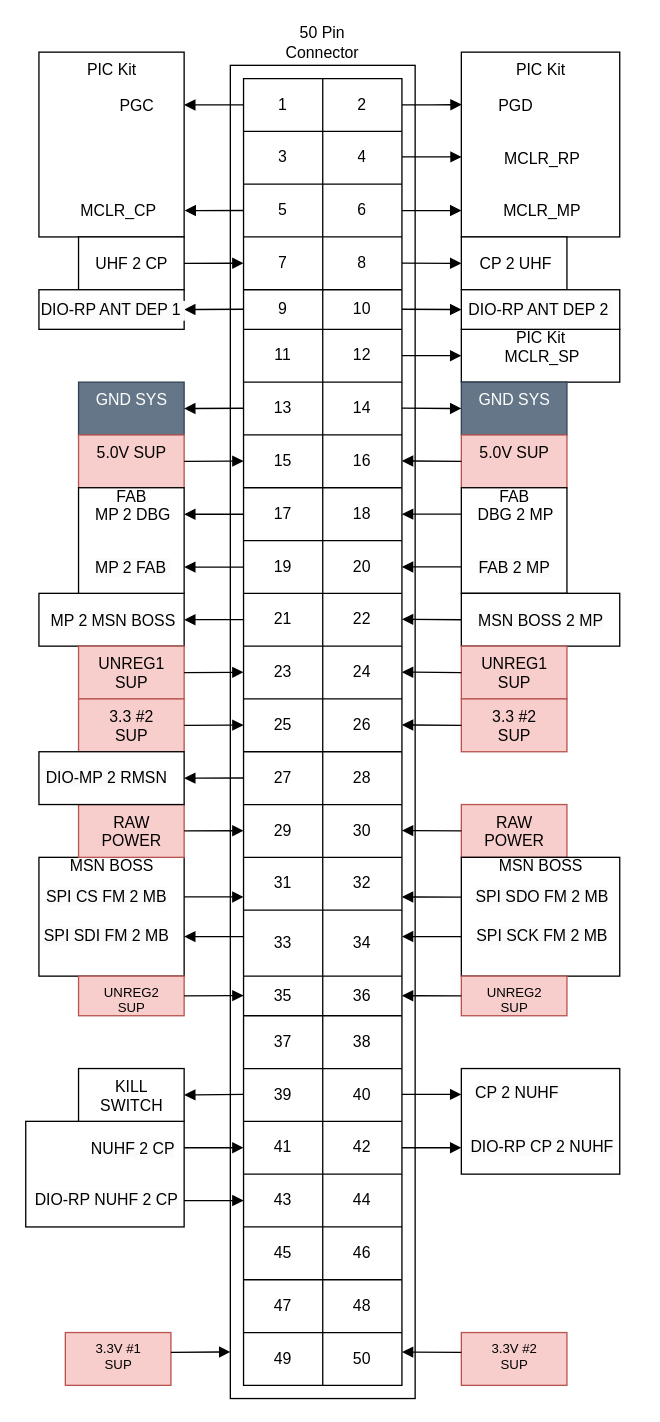
Before: page "2-ROW-50-PIN-ASSIGNMENT" (1 of 2) of Diagrams/50_pin_assignment.drawio in BIRDSOpenSource/BIRDSRP-OBC, a draw.io diagram. Source tidied: cells renumbered, new cells numbered last; positions are measured from the earlier drawing's top-left corner, leaving out a move shared by most shapes. Both pictures are drawn from the tidied source at 132%, with x=0, y=0 at pixel (25, 51).
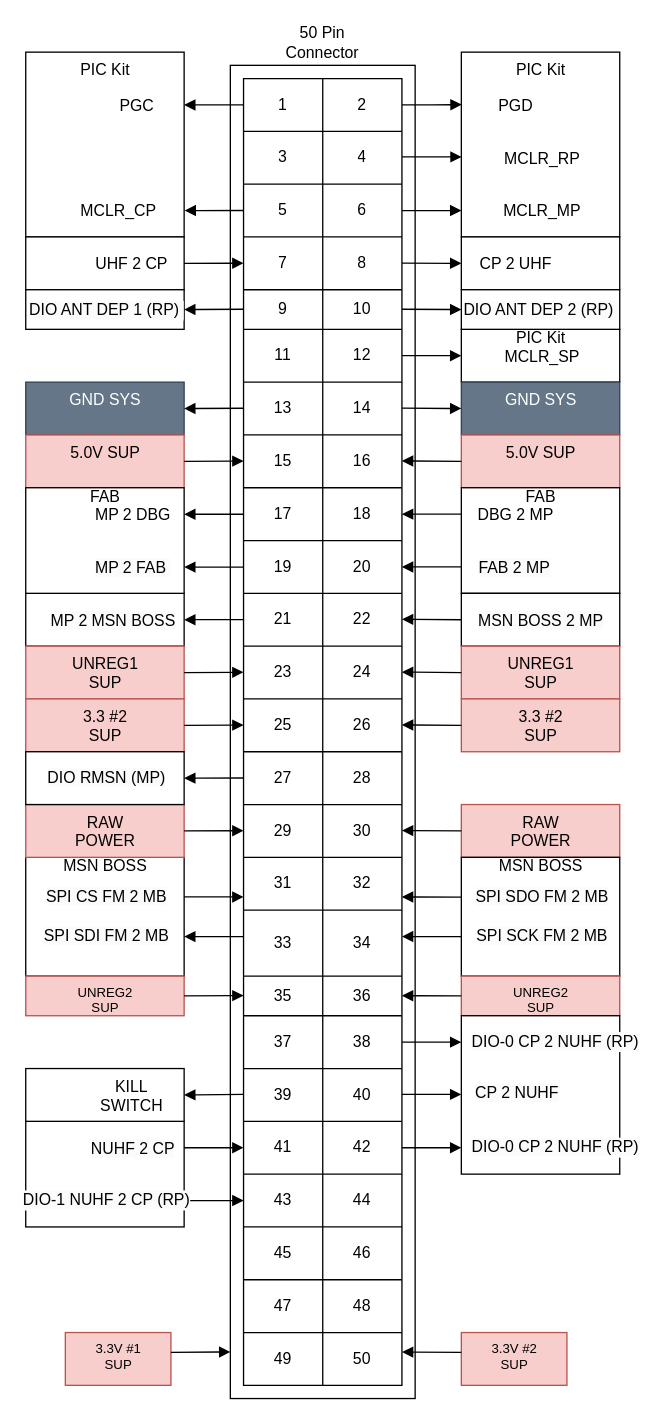
The same page after the edit.

The change refers to these unchanged cells:
```xml
<mxCell id="139" style="html=1;verticalAlign=bottom;endArrow=block;edgeStyle=elbowEdgeStyle;elbow=vertical;curved=0;rounded=0;exitX=-0.003;exitY=0.101;exitDx=0;exitDy=0;exitPerimeter=0;entryX=1.003;entryY=0.856;entryDx=0;entryDy=0;entryPerimeter=0;" parent="1" edge="1">
  <mxGeometry relative="1" as="geometry">
    <mxPoint x="165" y="194.8" as="sourcePoint" />
    <mxPoint x="120" y="194.8" as="targetPoint" />
  </mxGeometry>
</mxCell>
<mxCell id="141" style="html=1;verticalAlign=bottom;endArrow=block;edgeStyle=elbowEdgeStyle;elbow=vertical;curved=0;rounded=0;exitX=0;exitY=0.5;exitDx=0;exitDy=0;" parent="1" edge="1">
  <mxGeometry relative="1" as="geometry">
    <mxPoint x="285" y="194.8" as="sourcePoint" />
    <mxPoint x="330" y="194.8" as="targetPoint" />
  </mxGeometry>
</mxCell>
<mxCell id="159" style="html=1;verticalAlign=bottom;endArrow=block;edgeStyle=elbowEdgeStyle;elbow=vertical;curved=0;rounded=0;exitX=-0.003;exitY=0.101;exitDx=0;exitDy=0;exitPerimeter=0;entryX=1.003;entryY=0.856;entryDx=0;entryDy=0;entryPerimeter=0;startArrow=none;startFill=0;endFill=1;" parent="1" edge="1">
  <mxGeometry relative="1" as="geometry">
    <mxPoint x="165" y="549.9" as="sourcePoint" />
    <mxPoint x="120" y="549.9" as="targetPoint" />
  </mxGeometry>
</mxCell>
<mxCell id="174" style="html=1;verticalAlign=bottom;endArrow=block;edgeStyle=elbowEdgeStyle;elbow=horizontal;curved=0;rounded=0;exitX=0;exitY=0.5;exitDx=0;exitDy=0;" parent="1" edge="1">
  <mxGeometry relative="1" as="geometry">
    <mxPoint x="285" y="830" as="sourcePoint" />
    <mxPoint x="330" y="830" as="targetPoint" />
  </mxGeometry>
</mxCell>
<mxCell id="177" style="html=1;verticalAlign=bottom;endArrow=block;edgeStyle=elbowEdgeStyle;elbow=horizontal;curved=0;rounded=0;exitX=0;exitY=0.5;exitDx=0;exitDy=0;" parent="1" edge="1">
  <mxGeometry relative="1" as="geometry">
    <mxPoint x="120" y="870" as="sourcePoint" />
    <mxPoint x="165" y="870" as="targetPoint" />
  </mxGeometry>
</mxCell>
```

Change to the diagram source:
```diff
@@
     <mxCell id="2" value="PIC Kit" style="html=1;points=[];perimeter=orthogonalPerimeter;outlineConnect=0;targetShapes=umlLifeline;portConstraint=eastwest;newEdgeStyle={&quot;edgeStyle&quot;:&quot;elbowEdgeStyle&quot;,&quot;elbow&quot;:&quot;vertical&quot;,&quot;curved&quot;:0,&quot;rounded&quot;:0};verticalAlign=top;" parent="1" vertex="1">
-      <mxGeometry x="10" width="110" height="140" as="geometry" />
+      <mxGeometry width="120" height="140" as="geometry" />
     </mxCell>
@@
     <mxCell id="87" style="html=1;perimeter=orthogonalPerimeter;targetShapes=umlLifeline;newEdgeStyle={&quot;edgeStyle&quot;:&quot;elbowEdgeStyle&quot;,&quot;elbow&quot;:&quot;vertical&quot;,&quot;curved&quot;:0,&quot;rounded&quot;:0};verticalAlign=top;" parent="1" vertex="1">
-      <mxGeometry x="40" y="140" width="80" height="40" as="geometry" />
+      <mxGeometry y="140" width="120" height="40" as="geometry" />
     </mxCell>
@@
     <mxCell id="91" style="html=1;perimeter=orthogonalPerimeter;targetShapes=umlLifeline;newEdgeStyle={&quot;edgeStyle&quot;:&quot;elbowEdgeStyle&quot;,&quot;elbow&quot;:&quot;vertical&quot;,&quot;curved&quot;:0,&quot;rounded&quot;:0};verticalAlign=top;" parent="1" vertex="1">
-      <mxGeometry x="330" y="140" width="80" height="40" as="geometry" />
+      <mxGeometry x="330" y="140" width="120" height="40" as="geometry" />
     </mxCell>
@@
     <mxCell id="93" value="MSN BOSS" style="html=1;perimeter=orthogonalPerimeter;targetShapes=umlLifeline;newEdgeStyle={&quot;edgeStyle&quot;:&quot;elbowEdgeStyle&quot;,&quot;elbow&quot;:&quot;vertical&quot;,&quot;curved&quot;:0,&quot;rounded&quot;:0};verticalAlign=top;spacing=-5;" parent="1" vertex="1">
-      <mxGeometry x="10" y="610" width="110" height="90" as="geometry" />
+      <mxGeometry y="610" width="120" height="90" as="geometry" />
     </mxCell>
     <mxCell id="94" style="html=1;perimeter=orthogonalPerimeter;targetShapes=umlLifeline;newEdgeStyle={&quot;edgeStyle&quot;:&quot;elbowEdgeStyle&quot;,&quot;elbow&quot;:&quot;vertical&quot;,&quot;curved&quot;:0,&quot;rounded&quot;:0};verticalAlign=top;" parent="1" vertex="1">
-      <mxGeometry x="10" y="410" width="110" height="40" as="geometry" />
+      <mxGeometry y="410" width="120" height="40" as="geometry" />
     </mxCell>
@@
     <mxCell id="97" value="GND SYS" style="html=1;perimeter=orthogonalPerimeter;targetShapes=umlLifeline;newEdgeStyle={&quot;edgeStyle&quot;:&quot;elbowEdgeStyle&quot;,&quot;elbow&quot;:&quot;vertical&quot;,&quot;curved&quot;:0,&quot;rounded&quot;:0};labelPosition=center;verticalLabelPosition=middle;align=center;verticalAlign=top;fillColor=#647687;strokeColor=#314354;fontColor=#ffffff;" parent="1" vertex="1">
-      <mxGeometry x="330" y="250" width="80" height="40" as="geometry" />
+      <mxGeometry x="330" y="250" width="120" height="40" as="geometry" />
     </mxCell>
     <mxCell id="98" value="GND SYS" style="html=1;perimeter=orthogonalPerimeter;targetShapes=umlLifeline;newEdgeStyle={&quot;edgeStyle&quot;:&quot;elbowEdgeStyle&quot;,&quot;elbow&quot;:&quot;vertical&quot;,&quot;curved&quot;:0,&quot;rounded&quot;:0};labelPosition=center;verticalLabelPosition=middle;align=center;verticalAlign=top;fillColor=#647687;strokeColor=#314354;fontColor=#ffffff;" parent="1" vertex="1">
-      <mxGeometry x="40" y="250" width="80" height="40" as="geometry" />
+      <mxGeometry y="250" width="120" height="40" as="geometry" />
     </mxCell>
@@
     <mxCell id="105" style="html=1;perimeter=orthogonalPerimeter;targetShapes=umlLifeline;newEdgeStyle={&quot;edgeStyle&quot;:&quot;elbowEdgeStyle&quot;,&quot;elbow&quot;:&quot;vertical&quot;,&quot;curved&quot;:0,&quot;rounded&quot;:0};verticalAlign=top;" parent="1" vertex="1">
-      <mxGeometry x="10" y="180" width="110" height="30" as="geometry" />
+      <mxGeometry y="180" width="120" height="30" as="geometry" />
     </mxCell>
@@
     <mxCell id="107" value="5.0V SUP" style="html=1;perimeter=orthogonalPerimeter;targetShapes=umlLifeline;newEdgeStyle={&quot;edgeStyle&quot;:&quot;elbowEdgeStyle&quot;,&quot;elbow&quot;:&quot;vertical&quot;,&quot;curved&quot;:0,&quot;rounded&quot;:0};labelPosition=center;verticalLabelPosition=middle;align=center;verticalAlign=top;fillColor=#f8cecc;strokeColor=#b85450;" parent="1" vertex="1">
-      <mxGeometry x="40" y="290" width="80" height="40" as="geometry" />
+      <mxGeometry y="290" width="120" height="40" as="geometry" />
     </mxCell>
     <mxCell id="108" value="5.0V SUP" style="html=1;perimeter=orthogonalPerimeter;targetShapes=umlLifeline;newEdgeStyle={&quot;edgeStyle&quot;:&quot;elbowEdgeStyle&quot;,&quot;elbow&quot;:&quot;vertical&quot;,&quot;curved&quot;:0,&quot;rounded&quot;:0};labelPosition=center;verticalLabelPosition=middle;align=center;verticalAlign=top;fillColor=#f8cecc;strokeColor=#b85450;" parent="1" vertex="1">
-      <mxGeometry x="330" y="290" width="80" height="40" as="geometry" />
+      <mxGeometry x="330" y="290" width="120" height="40" as="geometry" />
     </mxCell>
     <mxCell id="109" value="FAB" style="html=1;perimeter=orthogonalPerimeter;targetShapes=umlLifeline;newEdgeStyle={&quot;edgeStyle&quot;:&quot;elbowEdgeStyle&quot;,&quot;elbow&quot;:&quot;vertical&quot;,&quot;curved&quot;:0,&quot;rounded&quot;:0};verticalAlign=top;spacing=-5;" parent="1" vertex="1">
-      <mxGeometry x="330" y="330" width="80" height="80" as="geometry" />
+      <mxGeometry x="330" y="330" width="120" height="80" as="geometry" />
     </mxCell>
     <mxCell id="110" value="FAB" style="html=1;perimeter=orthogonalPerimeter;targetShapes=umlLifeline;newEdgeStyle={&quot;edgeStyle&quot;:&quot;elbowEdgeStyle&quot;,&quot;elbow&quot;:&quot;vertical&quot;,&quot;curved&quot;:0,&quot;rounded&quot;:0};verticalAlign=top;spacing=-5;" parent="1" vertex="1">
-      <mxGeometry x="40" y="330" width="80" height="80" as="geometry" />
+      <mxGeometry y="330" width="120" height="80" as="geometry" />
     </mxCell>
     <mxCell id="111" value="UNREG1&lt;div&gt;SUP&lt;/div&gt;" style="html=1;perimeter=orthogonalPerimeter;targetShapes=umlLifeline;newEdgeStyle={&quot;edgeStyle&quot;:&quot;elbowEdgeStyle&quot;,&quot;elbow&quot;:&quot;vertical&quot;,&quot;curved&quot;:0,&quot;rounded&quot;:0};labelPosition=center;verticalLabelPosition=middle;align=center;verticalAlign=top;fillColor=#f8cecc;strokeColor=#b85450;" parent="1" vertex="1">
-      <mxGeometry x="40" y="450" width="80" height="40" as="geometry" />
+      <mxGeometry y="450" width="120" height="40" as="geometry" />
     </mxCell>
@@
     <mxCell id="113" value="UNREG1&lt;div&gt;SUP&lt;/div&gt;" style="html=1;perimeter=orthogonalPerimeter;targetShapes=umlLifeline;newEdgeStyle={&quot;edgeStyle&quot;:&quot;elbowEdgeStyle&quot;,&quot;elbow&quot;:&quot;vertical&quot;,&quot;curved&quot;:0,&quot;rounded&quot;:0};labelPosition=center;verticalLabelPosition=middle;align=center;verticalAlign=top;fillColor=#f8cecc;strokeColor=#b85450;" parent="1" vertex="1">
-      <mxGeometry x="330" y="450" width="80" height="40" as="geometry" />
+      <mxGeometry x="330" y="450" width="120" height="40" as="geometry" />
     </mxCell>
     <mxCell id="114" value="3.3 #2&lt;div&gt;SUP&lt;/div&gt;" style="html=1;perimeter=orthogonalPerimeter;targetShapes=umlLifeline;newEdgeStyle={&quot;edgeStyle&quot;:&quot;elbowEdgeStyle&quot;,&quot;elbow&quot;:&quot;vertical&quot;,&quot;curved&quot;:0,&quot;rounded&quot;:0};labelPosition=center;verticalLabelPosition=middle;align=center;verticalAlign=top;fillColor=#f8cecc;strokeColor=#b85450;" parent="1" vertex="1">
-      <mxGeometry x="40" y="490" width="80" height="40" as="geometry" />
+      <mxGeometry y="490" width="120" height="40" as="geometry" />
     </mxCell>
     <mxCell id="115" value="3.3 #2&lt;div&gt;SUP&lt;/div&gt;" style="html=1;perimeter=orthogonalPerimeter;targetShapes=umlLifeline;newEdgeStyle={&quot;edgeStyle&quot;:&quot;elbowEdgeStyle&quot;,&quot;elbow&quot;:&quot;vertical&quot;,&quot;curved&quot;:0,&quot;rounded&quot;:0};labelPosition=center;verticalLabelPosition=middle;align=center;verticalAlign=top;fillColor=#f8cecc;strokeColor=#b85450;" parent="1" vertex="1">
-      <mxGeometry x="330" y="490" width="80" height="40" as="geometry" />
+      <mxGeometry x="330" y="490" width="120" height="40" as="geometry" />
     </mxCell>
     <mxCell id="116" value="RAW&lt;div&gt;POWER&lt;/div&gt;" style="html=1;perimeter=orthogonalPerimeter;targetShapes=umlLifeline;newEdgeStyle={&quot;edgeStyle&quot;:&quot;elbowEdgeStyle&quot;,&quot;elbow&quot;:&quot;vertical&quot;,&quot;curved&quot;:0,&quot;rounded&quot;:0};labelPosition=center;verticalLabelPosition=middle;align=center;verticalAlign=top;fillColor=#f8cecc;strokeColor=#b85450;" parent="1" vertex="1">
-      <mxGeometry x="40" y="570" width="80" height="40" as="geometry" />
+      <mxGeometry y="570" width="120" height="40" as="geometry" />
     </mxCell>
     <mxCell id="117" value="RAW&lt;div&gt;POWER&lt;/div&gt;" style="html=1;perimeter=orthogonalPerimeter;targetShapes=umlLifeline;newEdgeStyle={&quot;edgeStyle&quot;:&quot;elbowEdgeStyle&quot;,&quot;elbow&quot;:&quot;vertical&quot;,&quot;curved&quot;:0,&quot;rounded&quot;:0};labelPosition=center;verticalLabelPosition=middle;align=center;verticalAlign=top;fillColor=#f8cecc;strokeColor=#b85450;" parent="1" vertex="1">
-      <mxGeometry x="330" y="570" width="80" height="40" as="geometry" />
+      <mxGeometry x="330" y="570" width="120" height="40" as="geometry" />
     </mxCell>
@@
     <mxCell id="119" value="UNREG2&lt;div style=&quot;font-size: 10px;&quot;&gt;SUP&lt;/div&gt;" style="html=1;perimeter=orthogonalPerimeter;targetShapes=umlLifeline;newEdgeStyle={&quot;edgeStyle&quot;:&quot;elbowEdgeStyle&quot;,&quot;elbow&quot;:&quot;vertical&quot;,&quot;curved&quot;:0,&quot;rounded&quot;:0};labelPosition=center;verticalLabelPosition=middle;align=center;verticalAlign=top;fillColor=#f8cecc;strokeColor=#b85450;fontSize=10;" parent="1" vertex="1">
-      <mxGeometry x="40" y="700" width="80" height="30" as="geometry" />
+      <mxGeometry y="700" width="120" height="30" as="geometry" />
     </mxCell>
     <mxCell id="120" value="UNREG2&lt;div style=&quot;font-size: 10px;&quot;&gt;SUP&lt;/div&gt;" style="html=1;perimeter=orthogonalPerimeter;targetShapes=umlLifeline;newEdgeStyle={&quot;edgeStyle&quot;:&quot;elbowEdgeStyle&quot;,&quot;elbow&quot;:&quot;vertical&quot;,&quot;curved&quot;:0,&quot;rounded&quot;:0};labelPosition=center;verticalLabelPosition=middle;align=center;verticalAlign=top;fillColor=#f8cecc;strokeColor=#b85450;fontSize=10;" parent="1" vertex="1">
-      <mxGeometry x="330" y="700" width="80" height="30" as="geometry" />
+      <mxGeometry x="330" y="700" width="120" height="30" as="geometry" />
     </mxCell>
@@
-    <mxCell id="140" value="&lt;span style=&quot;font-size: 12px; background-color: rgb(251, 251, 251);&quot;&gt;DIO-RP ANT DEP 1&amp;nbsp;&lt;/span&gt;" style="edgeLabel;html=1;align=center;verticalAlign=middle;" parent="139" vertex="1">
+    <mxCell id="140" value="&lt;span style=&quot;font-size: 12px; background-color: rgb(251, 251, 251);&quot;&gt;DIO ANT DEP 1 (RP)&amp;nbsp;&lt;/span&gt;" style="edgeLabel;html=1;align=center;verticalAlign=middle;" parent="139" vertex="1">
       <mxGeometry x="0.25" y="1" relative="1" as="geometry">
-        <mxPoint x="-72" y="-1" as="offset" />
+        <mxPoint x="-77" y="-1" as="offset" />
       </mxGeometry>
     </mxCell>
@@
-    <mxCell id="142" value="&lt;span style=&quot;font-size: 12px; background-color: rgb(251, 251, 251);&quot;&gt;DIO-RP ANT DEP 2&amp;nbsp;&lt;/span&gt;" style="edgeLabel;html=1;align=center;verticalAlign=middle;" parent="141" vertex="1">
+    <mxCell id="142" value="&lt;span style=&quot;font-size: 12px; background-color: rgb(251, 251, 251);&quot;&gt;DIO ANT DEP 2 (RP)&amp;nbsp;&lt;/span&gt;" style="edgeLabel;html=1;align=center;verticalAlign=middle;" parent="141" vertex="1">
       <mxGeometry x="0.23" y="1" relative="1" as="geometry">
         <mxPoint x="77" y="1" as="offset" />
       </mxGeometry>
     </mxCell>
@@
     <mxCell id="149" style="html=1;perimeter=orthogonalPerimeter;targetShapes=umlLifeline;newEdgeStyle={&quot;edgeStyle&quot;:&quot;elbowEdgeStyle&quot;,&quot;elbow&quot;:&quot;vertical&quot;,&quot;curved&quot;:0,&quot;rounded&quot;:0};verticalAlign=top;" parent="1" vertex="1">
-      <mxGeometry x="40" y="770" width="80" height="40" as="geometry" />
+      <mxGeometry y="770" width="120" height="40" as="geometry" />
     </mxCell>
@@
     <mxCell id="152" style="html=1;perimeter=orthogonalPerimeter;targetShapes=umlLifeline;newEdgeStyle={&quot;edgeStyle&quot;:&quot;elbowEdgeStyle&quot;,&quot;elbow&quot;:&quot;vertical&quot;,&quot;curved&quot;:0,&quot;rounded&quot;:0};verticalAlign=top;" parent="1" vertex="1">
-      <mxGeometry x="330" y="770" width="120" height="80" as="geometry" />
+      <mxGeometry x="330" y="730" width="120" height="120" as="geometry" />
     </mxCell>
@@
     <mxCell id="158" style="html=1;perimeter=orthogonalPerimeter;targetShapes=umlLifeline;newEdgeStyle={&quot;edgeStyle&quot;:&quot;elbowEdgeStyle&quot;,&quot;elbow&quot;:&quot;vertical&quot;,&quot;curved&quot;:0,&quot;rounded&quot;:0};verticalAlign=top;" parent="1" vertex="1">
-      <mxGeometry x="10" y="530" width="110" height="40" as="geometry" />
+      <mxGeometry y="530" width="120" height="40" as="geometry" />
     </mxCell>
@@
-    <mxCell id="161" value="&lt;span style=&quot;font-size: 12px; background-color: rgb(251, 251, 251);&quot;&gt;DIO-MP 2 RMSN&lt;/span&gt;" style="edgeLabel;html=1;align=center;verticalAlign=middle;" parent="159" vertex="1">
+    <mxCell id="161" value="&lt;span style=&quot;font-size: 12px; background-color: rgb(251, 251, 251);&quot;&gt;DIO RMSN (MP)&lt;/span&gt;" style="edgeLabel;html=1;align=center;verticalAlign=middle;" parent="159" vertex="1">
       <mxGeometry x="0.49" y="-1" relative="1" as="geometry">
         <mxPoint x="-71" as="offset" />
       </mxGeometry>
     </mxCell>
@@
-    <mxCell id="176" value="&lt;span style=&quot;font-size: 12px; background-color: rgb(251, 251, 251);&quot;&gt;DIO-RP CP 2 NUHF&lt;/span&gt;" style="edgeLabel;html=1;align=center;verticalAlign=middle;" parent="174" vertex="1">
+    <mxCell id="176" value="&lt;span style=&quot;font-size: 12px; background-color: rgb(251, 251, 251);&quot;&gt;DIO-0 CP 2 NUHF (RP)&lt;/span&gt;" style="edgeLabel;html=1;align=center;verticalAlign=middle;" parent="174" vertex="1">
       <mxGeometry x="0.28" y="1" relative="1" as="geometry">
-        <mxPoint x="76" as="offset" />
+        <mxPoint x="86" as="offset" />
       </mxGeometry>
     </mxCell>
@@
-    <mxCell id="179" value="&lt;span style=&quot;font-size: 12px; background-color: rgb(251, 251, 251);&quot;&gt;DIO-RP NUHF 2 CP&lt;/span&gt;" style="edgeLabel;html=1;align=center;verticalAlign=middle;" parent="177" vertex="1">
+    <mxCell id="179" value="&lt;span style=&quot;font-size: 12px; background-color: rgb(251, 251, 251);&quot;&gt;DIO-1 NUHF 2 CP (RP)&lt;/span&gt;" style="edgeLabel;html=1;align=center;verticalAlign=middle;" parent="177" vertex="1">
       <mxGeometry x="0.28" y="1" relative="1" as="geometry">
         <mxPoint x="-89" as="offset" />
       </mxGeometry>
     </mxCell>
@@
+    <mxCell id="184" style="html=1;verticalAlign=bottom;endArrow=block;edgeStyle=elbowEdgeStyle;elbow=horizontal;curved=0;rounded=0;exitX=0;exitY=0.5;exitDx=0;exitDy=0;" parent="1" edge="1">
+      <mxGeometry relative="1" as="geometry">
+        <mxPoint x="285" y="750" as="sourcePoint" />
+        <mxPoint x="330" y="750" as="targetPoint" />
+      </mxGeometry>
+    </mxCell>
+    <mxCell id="185" style="edgeLabel;html=1;align=center;verticalAlign=middle;" parent="184" vertex="1">
+      <mxGeometry x="0.28" relative="1" as="geometry" />
+    </mxCell>
+    <mxCell id="186" value="&lt;span style=&quot;font-size: 12px; background-color: rgb(251, 251, 251);&quot;&gt;DIO-0 CP 2 NUHF (RP)&lt;/span&gt;" style="edgeLabel;html=1;align=center;verticalAlign=middle;" parent="184" vertex="1">
+      <mxGeometry x="0.28" y="1" relative="1" as="geometry">
+        <mxPoint x="86" as="offset" />
+      </mxGeometry>
+    </mxCell>
```
